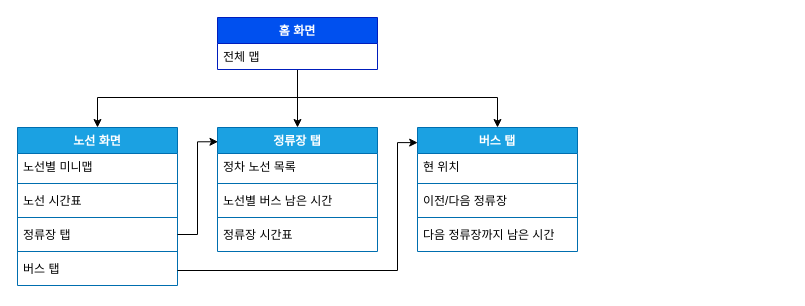
Earlier version of the draw.io diagram CaseyBus_IA_01.drawio (YaegunKim/Project18-CaseyBus). Source tidied: cells renumbered, new cells numbered last; positions are measured from the earlier drawing's top-left corner, leaving out a move shared by most shapes. Both pictures are drawn from the tidied source at 100%, with x=0, y=0 at pixel (17, 17).
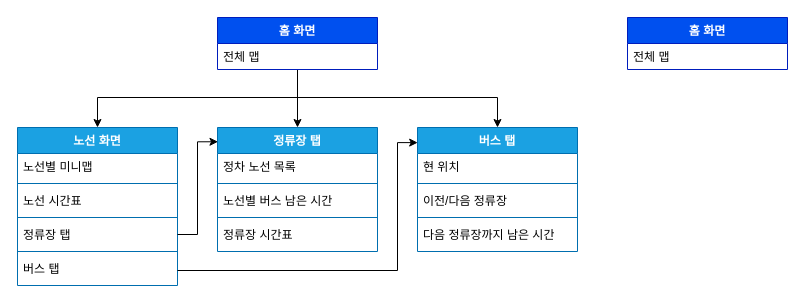
The same page after the edit.

What changed in the source:
```diff
@@
+    <mxCell id="29" value="홈 화면" style="swimlane;fontStyle=1;align=center;verticalAlign=top;horizontal=1;startSize=26;whiteSpace=wrap;html=1;fillColor=#0050ef;fontColor=#ffffff;strokeColor=#001DBC;" parent="1" vertex="1">
+      <mxGeometry x="610" width="160" height="52" as="geometry" />
+    </mxCell>
+    <mxCell id="30" value="전체 맵" style="text;strokeColor=none;fillColor=none;align=left;verticalAlign=top;spacingLeft=4;spacingRight=4;overflow=hidden;whiteSpace=wrap;html=1;" parent="29" vertex="1">
+      <mxGeometry y="26" width="160" height="26" as="geometry" />
+    </mxCell>
```
